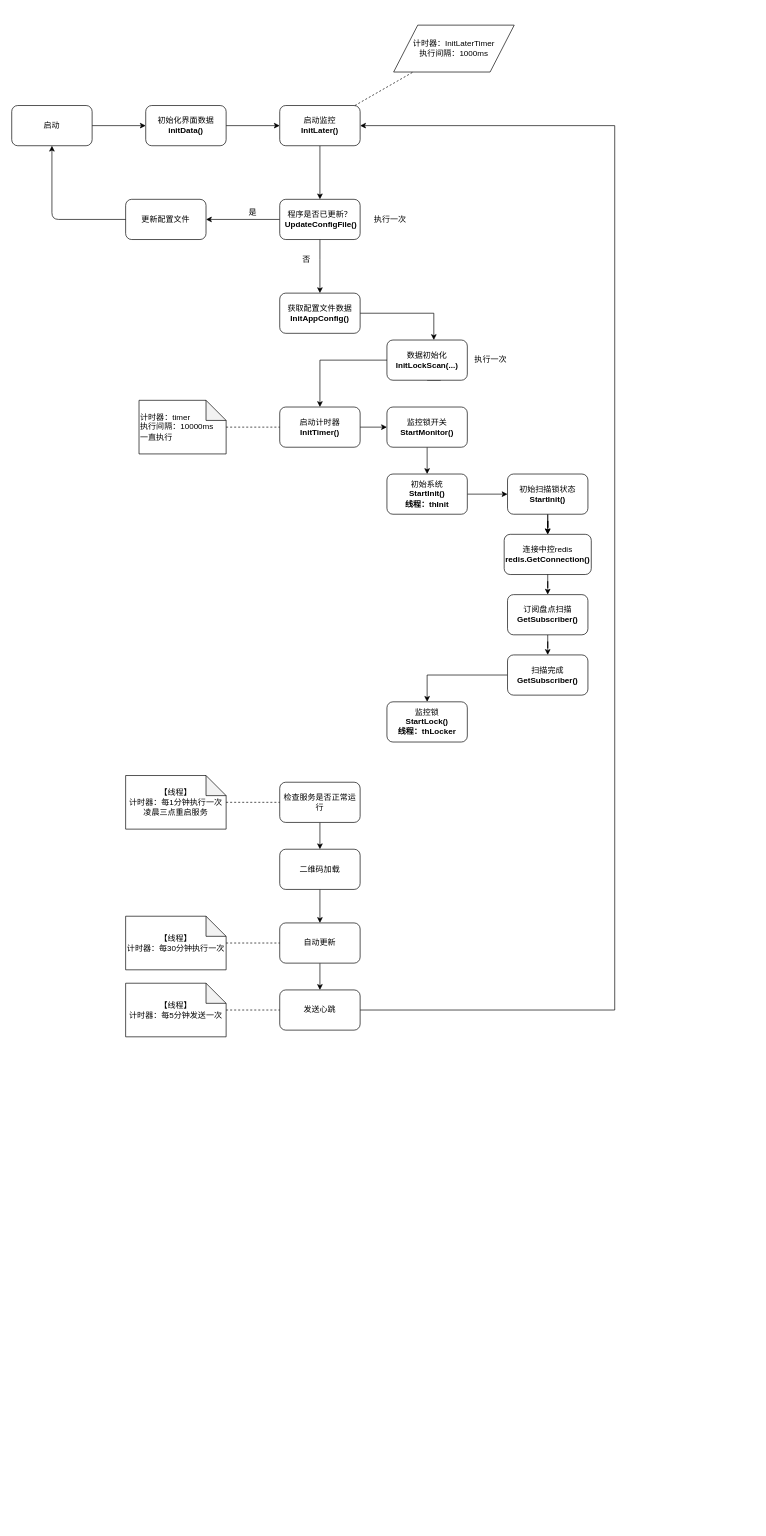
Above: 柜子监控程序执行流程图.drawio in Canaban0305/Documents (draw.io), before the change. Source tidied: cells renumbered, new cells numbered last; positions are measured from the earlier drawing's top-left corner, leaving out a move shared by most shapes. Both pictures are drawn from the tidied source at 67%, with x=0, y=0 at pixel (11, 25).
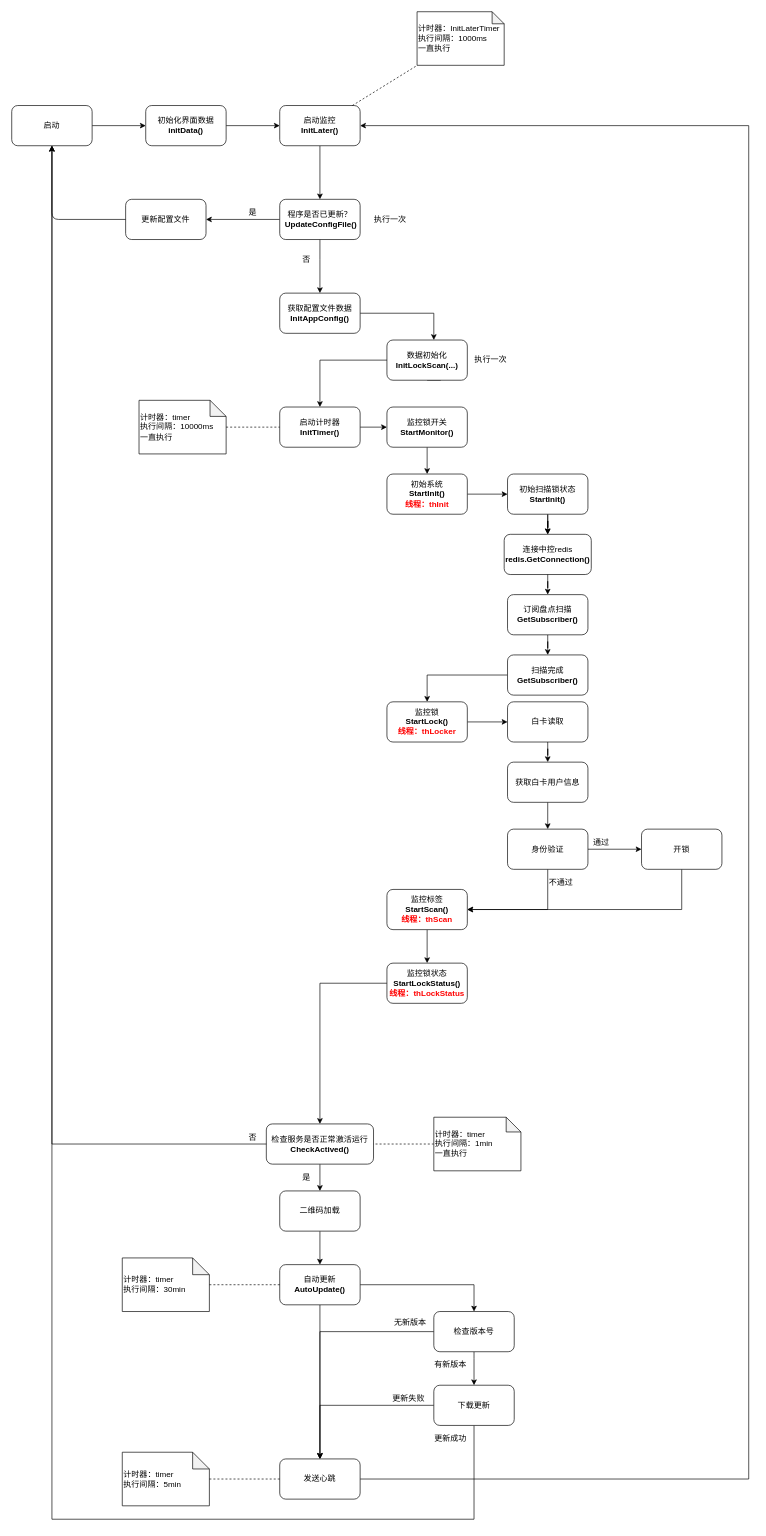
Above is the later version.

Commit message:
更新柜子监控程序执行流程图.drawio

Unchanged cells that the change refers to:
```xml
<mxCell id="3" value="启动" style="rounded=1;whiteSpace=wrap;html=1;" parent="1" vertex="1">
  <mxGeometry y="120" width="120" height="60" as="geometry" />
</mxCell>
<mxCell id="7" value="启动监控&lt;br&gt;&lt;b&gt;InitLater()&lt;/b&gt;" style="rounded=1;whiteSpace=wrap;html=1;" parent="1" vertex="1">
  <mxGeometry x="400" y="120" width="120" height="60" as="geometry" />
</mxCell>
```

Diff of the diagram source:
```diff
@@
-    <mxCell id="20" value="初始系统&lt;br&gt;&lt;b&gt;StartInit()&lt;/b&gt;&lt;br&gt;&lt;b&gt;线程：thInit&lt;/b&gt;" style="rounded=1;whiteSpace=wrap;html=1;" parent="1" vertex="1">
+    <mxCell id="20" value="初始系统&lt;br&gt;&lt;b&gt;StartInit()&lt;/b&gt;&lt;br&gt;&lt;b&gt;&lt;font color=&quot;#ff0000&quot;&gt;线程：thInit&lt;/font&gt;&lt;/b&gt;" style="rounded=1;whiteSpace=wrap;html=1;" parent="1" vertex="1">
       <mxGeometry x="560" y="670" width="120" height="60" as="geometry" />
     </mxCell>
+    <mxCell id="55" style="edgeStyle=orthogonalEdgeStyle;rounded=0;jettySize=auto;html=1;" parent="1" edge="1" source="21" target="61">
+      <mxGeometry relative="1" as="geometry" />
+    </mxCell>
-    <mxCell id="21" value="监控锁&lt;br&gt;&lt;b&gt;StartLock()&lt;/b&gt;&lt;br&gt;&lt;b&gt;线程：thLocker&lt;/b&gt;" style="rounded=1;whiteSpace=wrap;html=1;" parent="1" vertex="1">
+    <mxCell id="21" value="监控锁&lt;br&gt;&lt;b&gt;StartLock()&lt;/b&gt;&lt;br&gt;&lt;b&gt;&lt;font color=&quot;#ff0000&quot;&gt;线程：thLocker&lt;/font&gt;&lt;/b&gt;" style="rounded=1;whiteSpace=wrap;html=1;" parent="1" vertex="1">
       <mxGeometry x="560" y="1010" width="120" height="60" as="geometry" />
     </mxCell>
+    <mxCell id="56" style="edgeStyle=orthogonalEdgeStyle;rounded=0;jettySize=auto;html=1;" parent="1" edge="1" source="57" target="59">
+      <mxGeometry relative="1" as="geometry" />
+    </mxCell>
+    <mxCell id="57" value="监控标签&lt;br&gt;&lt;b&gt;StartScan()&lt;/b&gt;&lt;br&gt;&lt;b&gt;&lt;font color=&quot;#ff0000&quot;&gt;线程：thScan&lt;/font&gt;&lt;/b&gt;" style="rounded=1;whiteSpace=wrap;html=1;" parent="1" vertex="1">
+      <mxGeometry x="560" y="1290" width="120" height="60" as="geometry" />
+    </mxCell>
+    <mxCell id="58" style="edgeStyle=orthogonalEdgeStyle;rounded=0;jettySize=auto;html=1;entryX=0.5;entryY=0;entryDx=0;entryDy=0;" parent="1" edge="1" source="59" target="31">
+      <mxGeometry relative="1" as="geometry">
+        <Array as="points">
+          <mxPoint x="460" y="1430" />
+        </Array>
+      </mxGeometry>
+    </mxCell>
+    <mxCell id="59" value="监控锁状态&lt;br&gt;&lt;b&gt;StartLockStatus()&lt;/b&gt;&lt;br&gt;&lt;b&gt;&lt;font color=&quot;#ff0000&quot;&gt;线程：thLockStatus&lt;/font&gt;&lt;/b&gt;" style="rounded=1;whiteSpace=wrap;html=1;" parent="1" vertex="1">
+      <mxGeometry x="560" y="1400" width="120" height="60" as="geometry" />
+    </mxCell>
+    <mxCell id="60" style="edgeStyle=orthogonalEdgeStyle;rounded=0;jettySize=auto;html=1;" parent="1" edge="1" source="61" target="63">
+      <mxGeometry relative="1" as="geometry" />
+    </mxCell>
+    <mxCell id="61" value="白卡读取" style="rounded=1;whiteSpace=wrap;html=1;" parent="1" vertex="1">
+      <mxGeometry x="740" y="1010" width="120" height="60" as="geometry" />
+    </mxCell>
+    <mxCell id="62" style="edgeStyle=orthogonalEdgeStyle;rounded=0;jettySize=auto;html=1;" parent="1" edge="1" source="63" target="66">
+      <mxGeometry relative="1" as="geometry" />
+    </mxCell>
+    <mxCell id="63" value="获取白卡用户信息" style="rounded=1;whiteSpace=wrap;html=1;" parent="1" vertex="1">
+      <mxGeometry x="740" y="1100" width="120" height="60" as="geometry" />
+    </mxCell>
+    <mxCell id="64" style="edgeStyle=orthogonalEdgeStyle;rounded=0;jettySize=auto;html=1;" parent="1" edge="1" source="66" target="68">
+      <mxGeometry relative="1" as="geometry" />
+    </mxCell>
+    <mxCell id="65" style="edgeStyle=orthogonalEdgeStyle;rounded=0;jettySize=auto;html=1;exitX=0.5;exitY=1;exitDx=0;exitDy=0;entryX=1;entryY=0.5;entryDx=0;entryDy=0;" parent="1" edge="1" source="66" target="57">
+      <mxGeometry relative="1" as="geometry" />
+    </mxCell>
+    <mxCell id="66" value="身份验证" style="rounded=1;whiteSpace=wrap;html=1;" parent="1" vertex="1">
+      <mxGeometry x="740" y="1200" width="120" height="60" as="geometry" />
+    </mxCell>
+    <mxCell id="67" style="edgeStyle=orthogonalEdgeStyle;rounded=0;jettySize=auto;html=1;exitX=0.5;exitY=1;exitDx=0;exitDy=0;entryX=1;entryY=0.5;entryDx=0;entryDy=0;" parent="1" edge="1" source="68" target="57">
+      <mxGeometry relative="1" as="geometry" />
+    </mxCell>
+    <mxCell id="68" value="开锁" style="rounded=1;whiteSpace=wrap;html=1;" parent="1" vertex="1">
+      <mxGeometry x="940" y="1200" width="120" height="60" as="geometry" />
+    </mxCell>
@@
+    <mxCell id="69" style="edgeStyle=orthogonalEdgeStyle;rounded=0;jettySize=auto;html=1;exitX=1;exitY=0.5;exitDx=0;exitDy=0;" parent="1" edge="1" source="31" target="3">
+      <mxGeometry relative="1" as="geometry">
+        <Array as="points">
+          <mxPoint x="60" y="1670" />
+        </Array>
+      </mxGeometry>
+    </mxCell>
-    <mxCell id="31" value="检查服务是否正常运行" style="rounded=1;whiteSpace=wrap;html=1;" parent="1" vertex="1">
-      <mxGeometry x="400" y="1130" width="120" height="60" as="geometry" />
+    <mxCell id="31" value="检查服务是否正常激活运行&lt;br&gt;&lt;b&gt;CheckActived()&lt;/b&gt;" style="rounded=1;whiteSpace=wrap;html=1;" parent="1" vertex="1">
+      <mxGeometry x="380" y="1640" width="160" height="60" as="geometry" />
     </mxCell>
@@
     <mxCell id="33" value="二维码加载" style="rounded=1;whiteSpace=wrap;html=1;" parent="1" vertex="1">
-      <mxGeometry x="400" y="1230" width="120" height="60" as="geometry" />
+      <mxGeometry x="400" y="1740" width="120" height="60" as="geometry" />
     </mxCell>
@@
+    <mxCell id="70" style="edgeStyle=orthogonalEdgeStyle;rounded=0;jettySize=auto;html=1;" parent="1" edge="1" source="35" target="74">
+      <mxGeometry relative="1" as="geometry" />
+    </mxCell>
-    <mxCell id="35" value="自动更新" style="rounded=1;whiteSpace=wrap;html=1;" parent="1" vertex="1">
-      <mxGeometry x="400" y="1340" width="120" height="60" as="geometry" />
+    <mxCell id="35" value="自动更新&lt;br&gt;&lt;b&gt;AutoUpdate()&lt;/b&gt;" style="rounded=1;whiteSpace=wrap;html=1;" parent="1" vertex="1">
+      <mxGeometry x="400" y="1850" width="120" height="60" as="geometry" />
     </mxCell>
+    <mxCell id="71" style="edgeStyle=orthogonalEdgeStyle;rounded=0;jettySize=auto;html=1;" parent="1" edge="1" source="76" target="3">
+      <mxGeometry relative="1" as="geometry">
+        <Array as="points">
+          <mxPoint x="690" y="2230" />
+          <mxPoint x="60" y="2230" />
+        </Array>
+      </mxGeometry>
+    </mxCell>
+    <mxCell id="72" style="edgeStyle=orthogonalEdgeStyle;rounded=0;jettySize=auto;html=1;" parent="1" edge="1" source="74" target="76">
+      <mxGeometry relative="1" as="geometry">
+        <Array as="points">
+          <mxPoint x="690" y="1990" />
+          <mxPoint x="690" y="1990" />
+        </Array>
+      </mxGeometry>
+    </mxCell>
+    <mxCell id="73" style="edgeStyle=orthogonalEdgeStyle;rounded=0;jettySize=auto;html=1;exitX=0;exitY=0.5;exitDx=0;exitDy=0;entryX=0.5;entryY=0;entryDx=0;entryDy=0;" parent="1" edge="1" source="74" target="37">
+      <mxGeometry relative="1" as="geometry" />
+    </mxCell>
+    <mxCell id="74" value="检查版本号" style="rounded=1;whiteSpace=wrap;html=1;" parent="1" vertex="1">
+      <mxGeometry x="630" y="1920" width="120" height="60" as="geometry" />
+    </mxCell>
+    <mxCell id="75" style="edgeStyle=orthogonalEdgeStyle;rounded=0;jettySize=auto;html=1;" parent="1" edge="1" source="76" target="37">
+      <mxGeometry relative="1" as="geometry">
+        <Array as="points">
+          <mxPoint x="460" y="2060" />
+        </Array>
+      </mxGeometry>
+    </mxCell>
+    <mxCell id="76" value="下载更新" style="rounded=1;whiteSpace=wrap;html=1;" parent="1" vertex="1">
+      <mxGeometry x="630" y="2030" width="120" height="60" as="geometry" />
+    </mxCell>
     <mxCell id="36" style="edgeStyle=orthogonalEdgeStyle;rounded=0;jettySize=auto;html=1;" parent="1" edge="1" source="37" target="7">
       <mxGeometry relative="1" as="geometry">
         <Array as="points">
-          <mxPoint x="900" y="1470" />
-          <mxPoint x="900" y="150" />
+          <mxPoint x="1100" y="2170" />
+          <mxPoint x="1100" y="150" />
         </Array>
       </mxGeometry>
     </mxCell>
     <mxCell id="37" value="发送心跳" style="rounded=1;whiteSpace=wrap;html=1;" parent="1" vertex="1">
-      <mxGeometry x="400" y="1440" width="120" height="60" as="geometry" />
+      <mxGeometry x="400" y="2140" width="120" height="60" as="geometry" />
     </mxCell>
@@
-    <mxCell id="41" value="计时器：timer&lt;br&gt;执行间隔：10000ms&lt;br&gt;一直执行" style="shape=note;whiteSpace=wrap;html=1;backgroundOutline=1;darkOpacity=0.05;align=left;" parent="1" vertex="1">
+    <mxCell id="41" value="计时器：timer&lt;br&gt;执行间隔：10000ms&lt;br&gt;一直执行" style="shape=note;whiteSpace=wrap;html=1;backgroundOutline=1;darkOpacity=0.05;align=left;size=24;" parent="1" vertex="1">
       <mxGeometry x="190" y="560" width="130" height="80" as="geometry" />
     </mxCell>
-    <mxCell id="42" value="【线程】&lt;br&gt;计时器：每1分钟执行一次&lt;br&gt;凌晨三点重启服务" style="shape=note;whiteSpace=wrap;html=1;backgroundOutline=1;darkOpacity=0.05;" parent="1" vertex="1">
-      <mxGeometry x="170" y="1120" width="150" height="80" as="geometry" />
-    </mxCell>
-    <mxCell id="43" value="【线程】&lt;br&gt;计时器：每30分钟执行一次" style="shape=note;whiteSpace=wrap;html=1;backgroundOutline=1;darkOpacity=0.05;" parent="1" vertex="1">
-      <mxGeometry x="170" y="1330" width="150" height="80" as="geometry" />
-    </mxCell>
-    <mxCell id="44" value="【线程】&lt;br&gt;计时器：每5分钟发送一次" style="shape=note;whiteSpace=wrap;html=1;backgroundOutline=1;darkOpacity=0.05;" parent="1" vertex="1">
-      <mxGeometry x="170" y="1430" width="150" height="80" as="geometry" />
-    </mxCell>
+    <mxCell id="77" value="计时器：timer&lt;br&gt;执行间隔：30min" style="shape=note;whiteSpace=wrap;html=1;backgroundOutline=1;darkOpacity=0.05;align=left;size=25;" parent="1" vertex="1">
+      <mxGeometry x="165" y="1840" width="130" height="80" as="geometry" />
+    </mxCell>
+    <mxCell id="78" value="计时器：timer&lt;br&gt;执行间隔：5min" style="shape=note;whiteSpace=wrap;html=1;backgroundOutline=1;darkOpacity=0.05;align=left;size=25;" parent="1" vertex="1">
+      <mxGeometry x="165" y="2130" width="130" height="80" as="geometry" />
+    </mxCell>
@@
-    <mxCell id="46" style="endArrow=none;dashed=1;html=1;" parent="1" edge="1" source="42" target="31">
+    <mxCell id="46" style="endArrow=none;dashed=1;html=1;" parent="1" edge="1" source="87" target="31">
       <mxGeometry relative="1" as="geometry" />
     </mxCell>
-    <mxCell id="47" style="endArrow=none;dashed=1;html=1;" parent="1" edge="1" source="43" target="35">
+    <mxCell id="47" style="endArrow=none;dashed=1;html=1;" parent="1" edge="1" source="77" target="35">
       <mxGeometry relative="1" as="geometry" />
     </mxCell>
-    <mxCell id="48" style="endArrow=none;dashed=1;html=1;" parent="1" edge="1" source="44" target="37">
+    <mxCell id="48" style="endArrow=none;dashed=1;html=1;" parent="1" edge="1" source="78" target="37">
       <mxGeometry relative="1" as="geometry" />
     </mxCell>
-    <mxCell id="49" value="计时器：InitLaterTimer&lt;br&gt;执行间隔：1000ms" style="shape=parallelogram;perimeter=parallelogramPerimeter;whiteSpace=wrap;html=1;" parent="1" vertex="1">
-      <mxGeometry x="570" width="180" height="70" as="geometry" />
-    </mxCell>
-    <mxCell id="50" style="endArrow=none;dashed=1;html=1;" parent="1" edge="1" source="7" target="49">
+    <mxCell id="50" style="endArrow=none;dashed=1;html=1;" parent="1" edge="1" source="7" target="85">
       <mxGeometry relative="1" as="geometry" />
     </mxCell>
@@
+    <mxCell id="79" value="通过" style="text;html=1;strokeColor=none;fillColor=none;align=center;verticalAlign=middle;whiteSpace=wrap;rounded=0;" parent="1" vertex="1">
+      <mxGeometry x="860" y="1210" width="40" height="20" as="geometry" />
+    </mxCell>
+    <mxCell id="80" value="不通过" style="text;html=1;strokeColor=none;fillColor=none;align=center;verticalAlign=middle;whiteSpace=wrap;rounded=0;" parent="1" vertex="1">
+      <mxGeometry x="800" y="1270" width="40" height="20" as="geometry" />
+    </mxCell>
+    <mxCell id="81" value="是" style="text;html=1;strokeColor=none;fillColor=none;align=center;verticalAlign=middle;whiteSpace=wrap;rounded=0;" parent="1" vertex="1">
+      <mxGeometry x="420" y="1710" width="40" height="20" as="geometry" />
+    </mxCell>
+    <mxCell id="82" value="有新版本" style="text;html=1;strokeColor=none;fillColor=none;align=center;verticalAlign=middle;whiteSpace=wrap;rounded=0;" parent="1" vertex="1">
+      <mxGeometry x="620" y="1990" width="70" height="20" as="geometry" />
+    </mxCell>
+    <mxCell id="83" value="更新成功" style="text;html=1;strokeColor=none;fillColor=none;align=center;verticalAlign=middle;whiteSpace=wrap;rounded=0;" parent="1" vertex="1">
+      <mxGeometry x="630" y="2100" width="50" height="20" as="geometry" />
+    </mxCell>
+    <mxCell id="84" value="更新失败" style="text;html=1;strokeColor=none;fillColor=none;align=center;verticalAlign=middle;whiteSpace=wrap;rounded=0;" parent="1" vertex="1">
+      <mxGeometry x="560" y="2040" width="65" height="20" as="geometry" />
+    </mxCell>
+    <mxCell id="85" value="计时器：&lt;span style=&quot;text-align: center&quot;&gt;InitLaterTimer&lt;/span&gt;&lt;br&gt;执行间隔：1000ms&lt;br&gt;一直执行" style="shape=note;whiteSpace=wrap;html=1;backgroundOutline=1;darkOpacity=0.05;align=left;size=18;" parent="1" vertex="1">
+      <mxGeometry x="605" y="-20" width="130" height="80" as="geometry" />
+    </mxCell>
+    <mxCell id="86" value="无新版本" style="text;html=1;strokeColor=none;fillColor=none;align=center;verticalAlign=middle;whiteSpace=wrap;rounded=0;" parent="1" vertex="1">
+      <mxGeometry x="560" y="1927" width="70" height="20" as="geometry" />
+    </mxCell>
+    <mxCell id="87" value="计时器：timer&lt;br&gt;执行间隔：1min&lt;br&gt;一直执行" style="shape=note;whiteSpace=wrap;html=1;backgroundOutline=1;darkOpacity=0.05;align=left;size=22;" parent="1" vertex="1">
+      <mxGeometry x="630" y="1630" width="130" height="80" as="geometry" />
+    </mxCell>
+    <mxCell id="88" value="否" style="text;html=1;strokeColor=none;fillColor=none;align=center;verticalAlign=middle;whiteSpace=wrap;rounded=0;" parent="1" vertex="1">
+      <mxGeometry x="340" y="1650" width="40" height="20" as="geometry" />
+    </mxCell>
```
